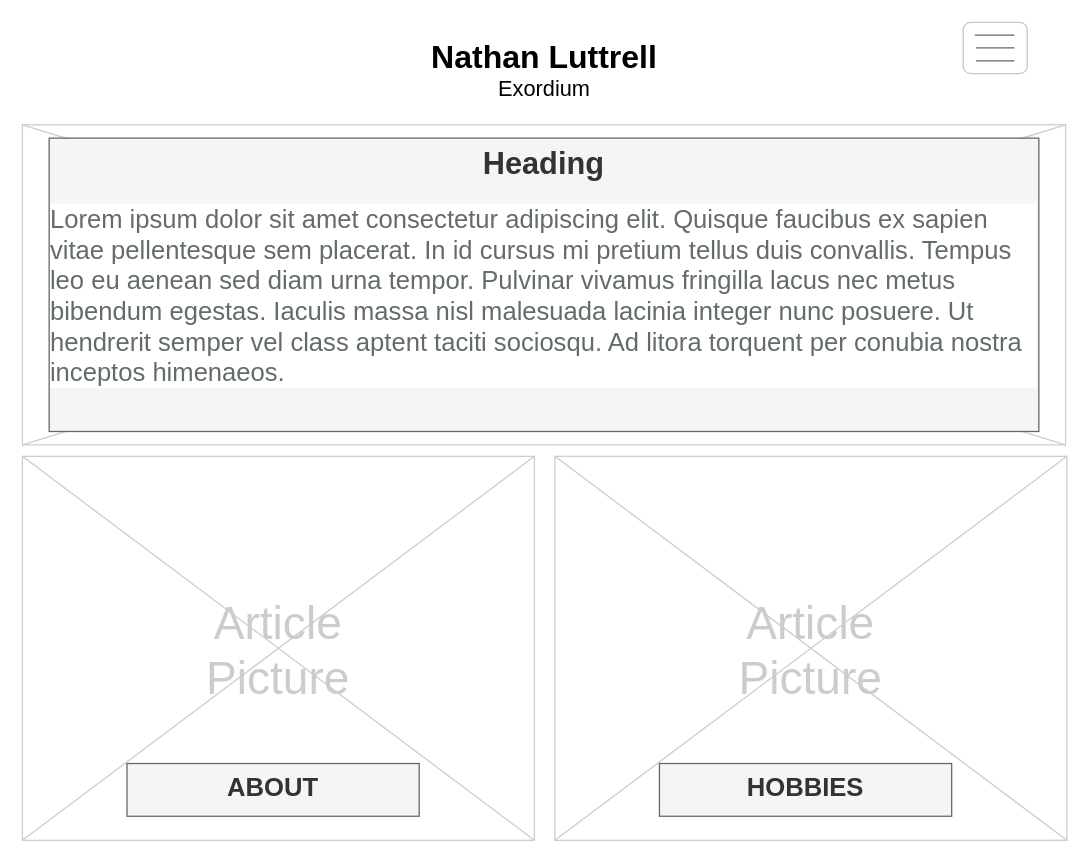
Aquinastine/csd-340 keeps this draw.io diagram as page "Page-1" (1 of 3) of module-5/WireFrame.drawio. Above is the earlier version. Source tidied: cells renumbered, new cells numbered last; positions are measured from the earlier drawing's top-left corner, leaving out a move shared by most shapes. Both pictures are drawn from the tidied source at 128%, with x=0, y=0 at pixel (22, 22).
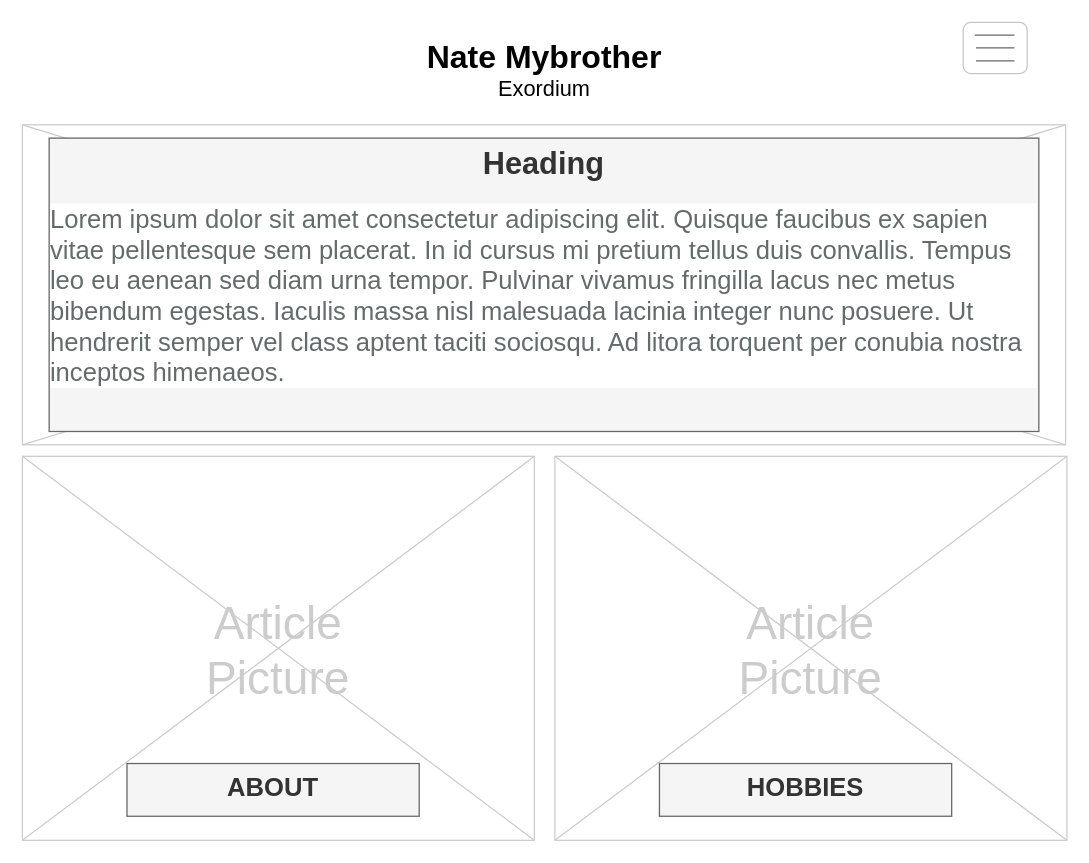
The same page after the edit.

Commit message (it also covers changes not shown here):
Committing Style Guide

The edit, as a diff of the source:
```diff
@@
-    <mxCell id="2" value="Nathan Luttrell" style="text;spacingTop=-5;fontSize=25;fontStyle=1;align=center;" parent="1" vertex="1">
+    <mxCell id="2" value="Nate Mybrother" style="text;spacingTop=-5;fontSize=25;fontStyle=1;align=center;" parent="1" vertex="1">
       <mxGeometry x="293" y="10" width="230" height="30" as="geometry" />
     </mxCell>
```
